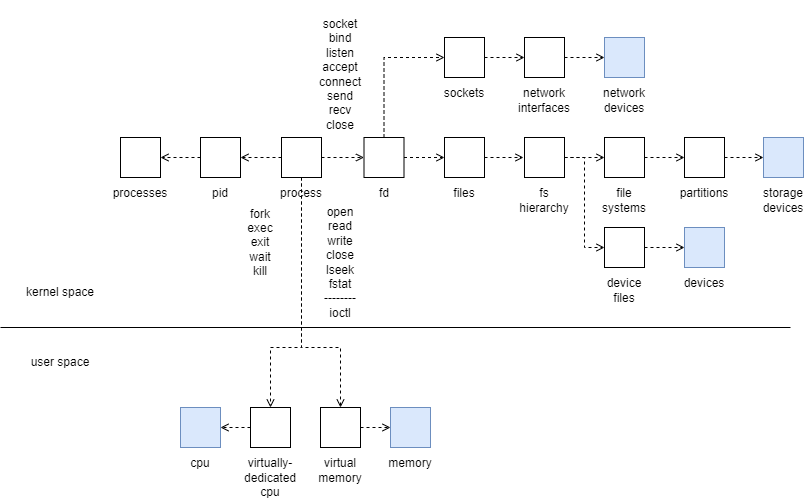
The draw.io diagram process-view-0.drawio.png in lsc4719/MyViewOfLinuxSystems, before a commit. Source tidied: cells renumbered, new cells last; positions are measured from the earlier drawing's top-left corner, leaving out a move shared by most shapes. Its diagram source:
```xml
<mxGraphModel>
  <root>
    <mxCell id="0" />
    <mxCell id="1" parent="0" />
    <mxCell id="2" style="edgeStyle=orthogonalEdgeStyle;rounded=0;jettySize=auto;html=1;exitX=0;exitY=0.5;exitDx=0;exitDy=0;entryX=1;entryY=0.5;entryDx=0;entryDy=0;dashed=1;endArrow=open;endFill=0;" parent="1" edge="1" source="6" target="22">
      <mxGeometry relative="1" as="geometry">
        <Array as="points">
          <mxPoint x="260" y="120" />
          <mxPoint x="260" y="120" />
        </Array>
      </mxGeometry>
    </mxCell>
    <mxCell id="3" style="edgeStyle=orthogonalEdgeStyle;rounded=0;jettySize=auto;html=1;exitX=0.5;exitY=1;exitDx=0;exitDy=0;endArrow=open;endFill=0;dashed=1;" parent="1" edge="1" source="6" target="30">
      <mxGeometry relative="1" as="geometry">
        <Array as="points">
          <mxPoint x="301" y="310" />
          <mxPoint x="270" y="310" />
        </Array>
      </mxGeometry>
    </mxCell>
    <mxCell id="4" style="edgeStyle=orthogonalEdgeStyle;rounded=0;jettySize=auto;html=1;exitX=0.5;exitY=1;exitDx=0;exitDy=0;dashed=1;endArrow=open;endFill=0;" parent="1" edge="1" source="6" target="32">
      <mxGeometry relative="1" as="geometry">
        <Array as="points">
          <mxPoint x="301" y="310" />
          <mxPoint x="340" y="310" />
        </Array>
      </mxGeometry>
    </mxCell>
    <mxCell id="5" style="edgeStyle=orthogonalEdgeStyle;rounded=0;jettySize=auto;html=1;exitX=1;exitY=0.5;exitDx=0;exitDy=0;entryX=0;entryY=0.5;entryDx=0;entryDy=0;dashed=1;endArrow=open;endFill=0;" parent="1" edge="1" source="6" target="41">
      <mxGeometry relative="1" as="geometry" />
    </mxCell>
    <mxCell id="6" value="&lt;div&gt;&lt;br&gt;&lt;/div&gt;&lt;div&gt;&lt;br&gt;&lt;/div&gt;&lt;div&gt;&lt;br&gt;&lt;/div&gt;&lt;div&gt;&lt;br&gt;&lt;/div&gt;&lt;div&gt;&lt;br&gt;&lt;/div&gt;&lt;div&gt;&lt;span style=&quot;background-color: initial;&quot;&gt;process&lt;/span&gt;&lt;br&gt;&lt;/div&gt;" style="rounded=0;whiteSpace=wrap;html=1;" parent="1" vertex="1">
      <mxGeometry x="281" y="100" width="40" height="40" as="geometry" />
    </mxCell>
    <mxCell id="7" style="edgeStyle=orthogonalEdgeStyle;rounded=0;jettySize=auto;html=1;exitX=1;exitY=0.5;exitDx=0;exitDy=0;entryX=0;entryY=0.5;entryDx=0;entryDy=0;dashed=1;endArrow=open;endFill=0;" parent="1" edge="1" source="8" target="20">
      <mxGeometry relative="1" as="geometry" />
    </mxCell>
    <mxCell id="8" value="&lt;div&gt;&lt;br&gt;&lt;/div&gt;&lt;div&gt;&lt;br&gt;&lt;/div&gt;&lt;div&gt;&lt;br&gt;&lt;/div&gt;&lt;div&gt;&lt;br&gt;&lt;/div&gt;&lt;div&gt;&lt;br&gt;&lt;/div&gt;sockets" style="rounded=0;whiteSpace=wrap;html=1;" parent="1" vertex="1">
      <mxGeometry x="444" width="40" height="40" as="geometry" />
    </mxCell>
    <mxCell id="9" style="edgeStyle=orthogonalEdgeStyle;rounded=0;jettySize=auto;html=1;exitX=1;exitY=0.5;exitDx=0;exitDy=0;dashed=1;endArrow=open;endFill=0;" parent="1" edge="1" source="10">
      <mxGeometry relative="1" as="geometry">
        <mxPoint x="523" y="120" as="targetPoint" />
      </mxGeometry>
    </mxCell>
    <mxCell id="10" value="&lt;div&gt;&lt;br&gt;&lt;/div&gt;&lt;div&gt;&lt;br&gt;&lt;/div&gt;&lt;div&gt;&lt;br&gt;&lt;/div&gt;&lt;div&gt;&lt;br&gt;&lt;/div&gt;&lt;div&gt;&lt;br&gt;&lt;/div&gt;files" style="rounded=0;whiteSpace=wrap;html=1;" parent="1" vertex="1">
      <mxGeometry x="444" y="100" width="40" height="40" as="geometry" />
    </mxCell>
    <mxCell id="11" style="edgeStyle=orthogonalEdgeStyle;rounded=0;jettySize=auto;html=1;exitX=1;exitY=0.5;exitDx=0;exitDy=0;entryX=0;entryY=0.5;entryDx=0;entryDy=0;dashed=1;endArrow=open;endFill=0;" parent="1" edge="1" source="13" target="15">
      <mxGeometry relative="1" as="geometry" />
    </mxCell>
    <mxCell id="12" style="edgeStyle=orthogonalEdgeStyle;rounded=0;jettySize=auto;html=1;exitX=1;exitY=0.5;exitDx=0;exitDy=0;entryX=0;entryY=0.5;entryDx=0;entryDy=0;endArrow=open;endFill=0;dashed=1;" parent="1" edge="1" source="13" target="25">
      <mxGeometry relative="1" as="geometry" />
    </mxCell>
    <mxCell id="13" value="&lt;div&gt;&lt;br&gt;&lt;/div&gt;&lt;div&gt;&lt;br&gt;&lt;/div&gt;&lt;div&gt;&lt;br&gt;&lt;/div&gt;&lt;div&gt;&lt;br&gt;&lt;/div&gt;&lt;div&gt;&lt;br&gt;&lt;/div&gt;&lt;div&gt;&lt;br&gt;&lt;/div&gt;fs hierarchy" style="rounded=0;whiteSpace=wrap;html=1;" parent="1" vertex="1">
      <mxGeometry x="524" y="100" width="40" height="40" as="geometry" />
    </mxCell>
    <mxCell id="14" style="edgeStyle=orthogonalEdgeStyle;rounded=0;jettySize=auto;html=1;exitX=1;exitY=0.5;exitDx=0;exitDy=0;entryX=0;entryY=0.5;entryDx=0;entryDy=0;dashed=1;endArrow=open;endFill=0;" parent="1" edge="1" source="15" target="17">
      <mxGeometry relative="1" as="geometry" />
    </mxCell>
    <mxCell id="15" value="&lt;div&gt;&lt;br&gt;&lt;/div&gt;&lt;div&gt;&lt;br&gt;&lt;/div&gt;&lt;div&gt;&lt;br&gt;&lt;/div&gt;&lt;div&gt;&lt;br&gt;&lt;/div&gt;&lt;div&gt;&lt;br&gt;&lt;/div&gt;&lt;div&gt;&lt;br&gt;&lt;/div&gt;file systems" style="rounded=0;whiteSpace=wrap;html=1;" parent="1" vertex="1">
      <mxGeometry x="604" y="100" width="40" height="40" as="geometry" />
    </mxCell>
    <mxCell id="16" style="edgeStyle=orthogonalEdgeStyle;rounded=0;jettySize=auto;html=1;exitX=1;exitY=0.5;exitDx=0;exitDy=0;entryX=0;entryY=0.5;entryDx=0;entryDy=0;dashed=1;endArrow=open;endFill=0;" parent="1" edge="1" source="17" target="18">
      <mxGeometry relative="1" as="geometry" />
    </mxCell>
    <mxCell id="17" value="&lt;div&gt;&lt;br&gt;&lt;/div&gt;&lt;div&gt;&lt;br&gt;&lt;/div&gt;&lt;div&gt;&lt;br&gt;&lt;/div&gt;&lt;div&gt;&lt;br&gt;&lt;/div&gt;&lt;div&gt;&lt;br&gt;&lt;/div&gt;partitions" style="rounded=0;whiteSpace=wrap;html=1;" parent="1" vertex="1">
      <mxGeometry x="684" y="100" width="40" height="40" as="geometry" />
    </mxCell>
    <mxCell id="18" value="&lt;div&gt;&lt;br&gt;&lt;/div&gt;&lt;div&gt;&lt;br&gt;&lt;/div&gt;&lt;div&gt;&lt;br&gt;&lt;/div&gt;&lt;div&gt;&lt;br&gt;&lt;/div&gt;&lt;div&gt;&lt;br&gt;&lt;/div&gt;&lt;div&gt;&lt;br&gt;&lt;/div&gt;storage devices" style="rounded=0;whiteSpace=wrap;html=1;fillColor=#dae8fc;strokeColor=#6c8ebf;" parent="1" vertex="1">
      <mxGeometry x="763" y="100" width="40" height="40" as="geometry" />
    </mxCell>
    <mxCell id="19" style="edgeStyle=orthogonalEdgeStyle;rounded=0;jettySize=auto;html=1;exitX=1;exitY=0.5;exitDx=0;exitDy=0;entryX=0;entryY=0.5;entryDx=0;entryDy=0;endArrow=open;endFill=0;dashed=1;" parent="1" edge="1" source="20" target="38">
      <mxGeometry relative="1" as="geometry" />
    </mxCell>
    <mxCell id="20" value="&lt;div&gt;&lt;br&gt;&lt;/div&gt;&lt;div&gt;&lt;br&gt;&lt;/div&gt;&lt;div&gt;&lt;br&gt;&lt;/div&gt;&lt;div&gt;&lt;br&gt;&lt;/div&gt;&lt;div&gt;&lt;br&gt;&lt;/div&gt;&lt;div&gt;&lt;br&gt;&lt;/div&gt;network interfaces" style="rounded=0;whiteSpace=wrap;html=1;" parent="1" vertex="1">
      <mxGeometry x="524" width="40" height="40" as="geometry" />
    </mxCell>
    <mxCell id="21" style="edgeStyle=orthogonalEdgeStyle;rounded=0;jettySize=auto;html=1;exitX=0;exitY=0.5;exitDx=0;exitDy=0;entryX=1;entryY=0.5;entryDx=0;entryDy=0;dashed=1;endArrow=open;endFill=0;" parent="1" edge="1" source="22" target="42">
      <mxGeometry relative="1" as="geometry" />
    </mxCell>
    <mxCell id="22" value="&lt;div&gt;&lt;br&gt;&lt;/div&gt;&lt;div&gt;&lt;br&gt;&lt;/div&gt;&lt;div&gt;&lt;br&gt;&lt;/div&gt;&lt;div&gt;&lt;br&gt;&lt;/div&gt;&lt;div&gt;&lt;br&gt;&lt;/div&gt;pid" style="rounded=0;whiteSpace=wrap;html=1;" parent="1" vertex="1">
      <mxGeometry x="200" y="100" width="40" height="40" as="geometry" />
    </mxCell>
    <mxCell id="23" value="open&lt;div&gt;read&lt;/div&gt;&lt;div&gt;write&lt;/div&gt;&lt;div&gt;close&lt;/div&gt;&lt;div&gt;lseek&lt;/div&gt;&lt;div&gt;fstat&lt;/div&gt;&lt;div&gt;--------&lt;/div&gt;&lt;div&gt;ioctl&lt;/div&gt;" style="text;html=1;align=center;verticalAlign=middle;whiteSpace=wrap;rounded=0;" parent="1" vertex="1">
      <mxGeometry x="310" y="210" width="60" height="30" as="geometry" />
    </mxCell>
    <mxCell id="24" style="edgeStyle=orthogonalEdgeStyle;rounded=0;jettySize=auto;html=1;exitX=1;exitY=0.5;exitDx=0;exitDy=0;entryX=0;entryY=0.5;entryDx=0;entryDy=0;dashed=1;endArrow=open;endFill=0;" parent="1" edge="1" source="25" target="28">
      <mxGeometry relative="1" as="geometry" />
    </mxCell>
    <mxCell id="25" value="&lt;div&gt;&lt;br&gt;&lt;/div&gt;&lt;div&gt;&lt;br&gt;&lt;/div&gt;&lt;div&gt;&lt;br&gt;&lt;/div&gt;&lt;div&gt;&lt;br&gt;&lt;/div&gt;&lt;div&gt;&lt;br&gt;&lt;/div&gt;&lt;div&gt;&lt;br&gt;&lt;/div&gt;device files" style="rounded=0;whiteSpace=wrap;html=1;" parent="1" vertex="1">
      <mxGeometry x="604" y="190" width="40" height="40" as="geometry" />
    </mxCell>
    <mxCell id="26" value="socket&lt;div&gt;bind&lt;/div&gt;&lt;div&gt;listen&lt;/div&gt;&lt;div&gt;accept&lt;/div&gt;&lt;div&gt;connect&lt;/div&gt;&lt;div&gt;send&lt;/div&gt;&lt;div&gt;recv&lt;/div&gt;&lt;div&gt;close&lt;/div&gt;" style="text;html=1;align=center;verticalAlign=middle;whiteSpace=wrap;rounded=0;" parent="1" vertex="1">
      <mxGeometry x="310" y="22" width="60" height="30" as="geometry" />
    </mxCell>
    <mxCell id="27" value="fork&lt;div&gt;exec&lt;/div&gt;&lt;div&gt;exit&lt;/div&gt;&lt;div&gt;wait&lt;/div&gt;&lt;div&gt;kill&lt;/div&gt;" style="text;html=1;align=center;verticalAlign=middle;whiteSpace=wrap;rounded=0;" parent="1" vertex="1">
      <mxGeometry x="230" y="190" width="60" height="30" as="geometry" />
    </mxCell>
    <mxCell id="28" value="&lt;div&gt;&lt;br&gt;&lt;/div&gt;&lt;div&gt;&lt;br&gt;&lt;/div&gt;&lt;div&gt;&lt;br&gt;&lt;/div&gt;&lt;div&gt;&lt;br&gt;&lt;/div&gt;&lt;div&gt;&lt;br&gt;&lt;/div&gt;&lt;div&gt;&lt;span style=&quot;background-color: initial;&quot;&gt;devices&lt;/span&gt;&lt;br&gt;&lt;/div&gt;" style="rounded=0;whiteSpace=wrap;html=1;fillColor=#dae8fc;strokeColor=#6c8ebf;" parent="1" vertex="1">
      <mxGeometry x="684" y="190" width="40" height="40" as="geometry" />
    </mxCell>
    <mxCell id="29" style="edgeStyle=orthogonalEdgeStyle;rounded=0;jettySize=auto;html=1;exitX=0;exitY=0.5;exitDx=0;exitDy=0;entryX=1;entryY=0.5;entryDx=0;entryDy=0;endArrow=open;endFill=0;dashed=1;" parent="1" edge="1" source="30" target="36">
      <mxGeometry relative="1" as="geometry" />
    </mxCell>
    <mxCell id="30" value="&lt;div&gt;&lt;br&gt;&lt;/div&gt;&lt;div&gt;&lt;br&gt;&lt;/div&gt;&lt;div&gt;&lt;br&gt;&lt;/div&gt;&lt;div&gt;&lt;br&gt;&lt;/div&gt;&lt;div&gt;&lt;br&gt;&lt;/div&gt;&lt;div&gt;&lt;br&gt;&lt;/div&gt;&lt;div&gt;&lt;br&gt;&lt;/div&gt;&lt;div&gt;virtually-dedicated cpu&lt;/div&gt;" style="rounded=0;whiteSpace=wrap;html=1;" parent="1" vertex="1">
      <mxGeometry x="250" y="370" width="40" height="40" as="geometry" />
    </mxCell>
    <mxCell id="31" style="edgeStyle=orthogonalEdgeStyle;rounded=0;jettySize=auto;html=1;exitX=1;exitY=0.5;exitDx=0;exitDy=0;entryX=0;entryY=0.5;entryDx=0;entryDy=0;endArrow=open;endFill=0;dashed=1;" parent="1" edge="1" source="32" target="37">
      <mxGeometry relative="1" as="geometry" />
    </mxCell>
    <mxCell id="32" value="&lt;div&gt;&lt;br&gt;&lt;/div&gt;&lt;div&gt;&lt;br&gt;&lt;/div&gt;&lt;div&gt;&lt;br&gt;&lt;/div&gt;&lt;div&gt;&lt;br&gt;&lt;/div&gt;&lt;div&gt;&lt;br&gt;&lt;/div&gt;&lt;div&gt;&lt;br&gt;&lt;/div&gt;&lt;div&gt;virtual memory&lt;/div&gt;" style="rounded=0;whiteSpace=wrap;html=1;" parent="1" vertex="1">
      <mxGeometry x="320" y="370" width="40" height="40" as="geometry" />
    </mxCell>
    <mxCell id="33" style="endArrow=none;html=1;rounded=0;" parent="1" edge="1">
      <mxGeometry relative="1" as="geometry">
        <mxPoint y="290" as="sourcePoint" />
        <mxPoint x="790" y="290" as="targetPoint" />
      </mxGeometry>
    </mxCell>
    <mxCell id="34" value="user space" style="text;html=1;align=center;verticalAlign=middle;whiteSpace=wrap;rounded=0;" parent="1" vertex="1">
      <mxGeometry x="20" y="310" width="80" height="30" as="geometry" />
    </mxCell>
    <mxCell id="35" value="kernel space" style="text;html=1;align=center;verticalAlign=middle;whiteSpace=wrap;rounded=0;" parent="1" vertex="1">
      <mxGeometry x="20" y="240" width="80" height="30" as="geometry" />
    </mxCell>
    <mxCell id="36" value="&lt;div&gt;&lt;br&gt;&lt;/div&gt;&lt;div&gt;&lt;br&gt;&lt;/div&gt;&lt;div&gt;&lt;br&gt;&lt;/div&gt;&lt;div&gt;&lt;br&gt;&lt;/div&gt;&lt;div&gt;&lt;br&gt;&lt;/div&gt;&lt;div&gt;&lt;span style=&quot;background-color: initial;&quot;&gt;cpu&lt;/span&gt;&lt;br&gt;&lt;/div&gt;" style="rounded=0;whiteSpace=wrap;html=1;fillColor=#dae8fc;strokeColor=#6c8ebf;" parent="1" vertex="1">
      <mxGeometry x="180" y="370" width="40" height="40" as="geometry" />
    </mxCell>
    <mxCell id="37" value="&lt;div&gt;&lt;br&gt;&lt;/div&gt;&lt;div&gt;&lt;br&gt;&lt;/div&gt;&lt;div&gt;&lt;br&gt;&lt;/div&gt;&lt;div&gt;&lt;br&gt;&lt;/div&gt;&lt;div&gt;&lt;br&gt;&lt;/div&gt;&lt;div&gt;memory&lt;/div&gt;" style="rounded=0;whiteSpace=wrap;html=1;fillColor=#dae8fc;strokeColor=#6c8ebf;" parent="1" vertex="1">
      <mxGeometry x="390" y="370" width="40" height="40" as="geometry" />
    </mxCell>
    <mxCell id="38" value="&lt;div&gt;&lt;br&gt;&lt;/div&gt;&lt;div&gt;&lt;br&gt;&lt;/div&gt;&lt;div&gt;&lt;br&gt;&lt;/div&gt;&lt;div&gt;&lt;br&gt;&lt;/div&gt;&lt;div&gt;&lt;br&gt;&lt;/div&gt;&lt;div&gt;&lt;br&gt;&lt;/div&gt;network devices" style="rounded=0;whiteSpace=wrap;html=1;fillColor=#dae8fc;strokeColor=#6c8ebf;" parent="1" vertex="1">
      <mxGeometry x="604" width="40" height="40" as="geometry" />
    </mxCell>
    <mxCell id="39" style="edgeStyle=orthogonalEdgeStyle;rounded=0;jettySize=auto;html=1;exitX=1;exitY=0.5;exitDx=0;exitDy=0;entryX=0;entryY=0.5;entryDx=0;entryDy=0;dashed=1;endArrow=open;endFill=0;" parent="1" edge="1" source="41" target="10">
      <mxGeometry relative="1" as="geometry" />
    </mxCell>
    <mxCell id="40" style="edgeStyle=orthogonalEdgeStyle;rounded=0;jettySize=auto;html=1;exitX=0.5;exitY=0;exitDx=0;exitDy=0;entryX=0;entryY=0.5;entryDx=0;entryDy=0;dashed=1;endArrow=open;endFill=0;" parent="1" edge="1" source="41" target="8">
      <mxGeometry relative="1" as="geometry" />
    </mxCell>
    <mxCell id="41" value="&lt;div&gt;&lt;br&gt;&lt;/div&gt;&lt;div&gt;&lt;br&gt;&lt;/div&gt;&lt;div&gt;&lt;br&gt;&lt;/div&gt;&lt;div&gt;&lt;br&gt;&lt;/div&gt;&lt;div&gt;&lt;br&gt;&lt;/div&gt;fd" style="rounded=0;whiteSpace=wrap;html=1;" parent="1" vertex="1">
      <mxGeometry x="363.5" y="100" width="40" height="40" as="geometry" />
    </mxCell>
    <mxCell id="42" value="&lt;div&gt;&lt;br&gt;&lt;/div&gt;&lt;div&gt;&lt;br&gt;&lt;/div&gt;&lt;div&gt;&lt;br&gt;&lt;/div&gt;&lt;div&gt;&lt;br&gt;&lt;/div&gt;&lt;div&gt;&lt;br&gt;&lt;/div&gt;processes" style="rounded=0;whiteSpace=wrap;html=1;" parent="1" vertex="1">
      <mxGeometry x="120" y="100" width="40" height="40" as="geometry" />
    </mxCell>
  </root>
</mxGraphModel>
```
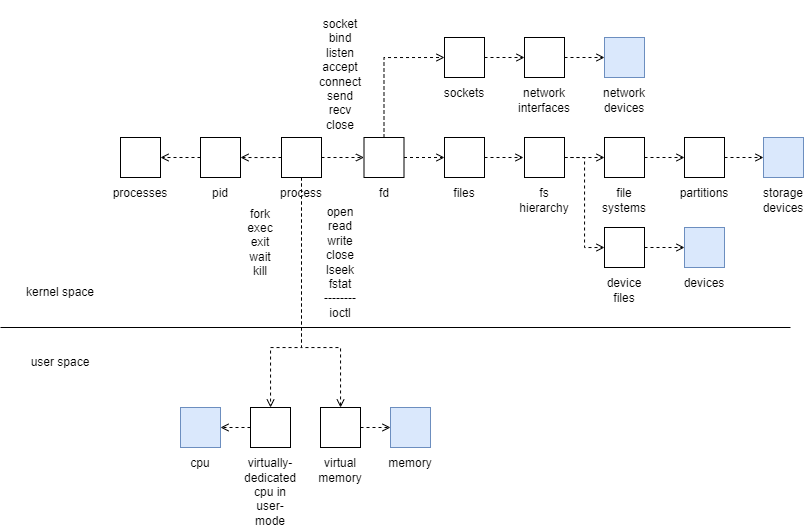
The same diagram one commit later.

Commit message:
process-view-0.drawio.png이 추가되었습니다.

Diff of the diagram source:
```diff
@@ -103,7 +103,7 @@
     <mxCell id="29" style="edgeStyle=orthogonalEdgeStyle;rounded=0;jettySize=auto;html=1;exitX=0;exitY=0.5;exitDx=0;exitDy=0;entryX=1;entryY=0.5;entryDx=0;entryDy=0;endArrow=open;endFill=0;dashed=1;" parent="1" edge="1" source="30" target="36">
       <mxGeometry relative="1" as="geometry" />
     </mxCell>
-    <mxCell id="30" value="&lt;div&gt;&lt;br&gt;&lt;/div&gt;&lt;div&gt;&lt;br&gt;&lt;/div&gt;&lt;div&gt;&lt;br&gt;&lt;/div&gt;&lt;div&gt;&lt;br&gt;&lt;/div&gt;&lt;div&gt;&lt;br&gt;&lt;/div&gt;&lt;div&gt;&lt;br&gt;&lt;/div&gt;&lt;div&gt;&lt;br&gt;&lt;/div&gt;&lt;div&gt;virtually-dedicated cpu&lt;/div&gt;" style="rounded=0;whiteSpace=wrap;html=1;" parent="1" vertex="1">
+    <mxCell id="30" value="&lt;div&gt;&lt;br&gt;&lt;/div&gt;&lt;div&gt;&lt;br&gt;&lt;/div&gt;&lt;div&gt;&lt;br&gt;&lt;/div&gt;&lt;div&gt;&lt;br&gt;&lt;/div&gt;&lt;div&gt;&lt;br&gt;&lt;/div&gt;&lt;div&gt;&lt;br&gt;&lt;/div&gt;&lt;div&gt;&lt;br&gt;&lt;/div&gt;&lt;div&gt;&lt;br&gt;&lt;/div&gt;&lt;div&gt;&lt;br&gt;&lt;/div&gt;&lt;div&gt;virtually-dedicated cpu in user-mode&lt;/div&gt;" style="rounded=0;whiteSpace=wrap;html=1;" parent="1" vertex="1">
       <mxGeometry x="250" y="370" width="40" height="40" as="geometry" />
     </mxCell>
     <mxCell id="31" style="edgeStyle=orthogonalEdgeStyle;rounded=0;jettySize=auto;html=1;exitX=1;exitY=0.5;exitDx=0;exitDy=0;entryX=0;entryY=0.5;entryDx=0;entryDy=0;endArrow=open;endFill=0;dashed=1;" parent="1" edge="1" source="32" target="37">
```
